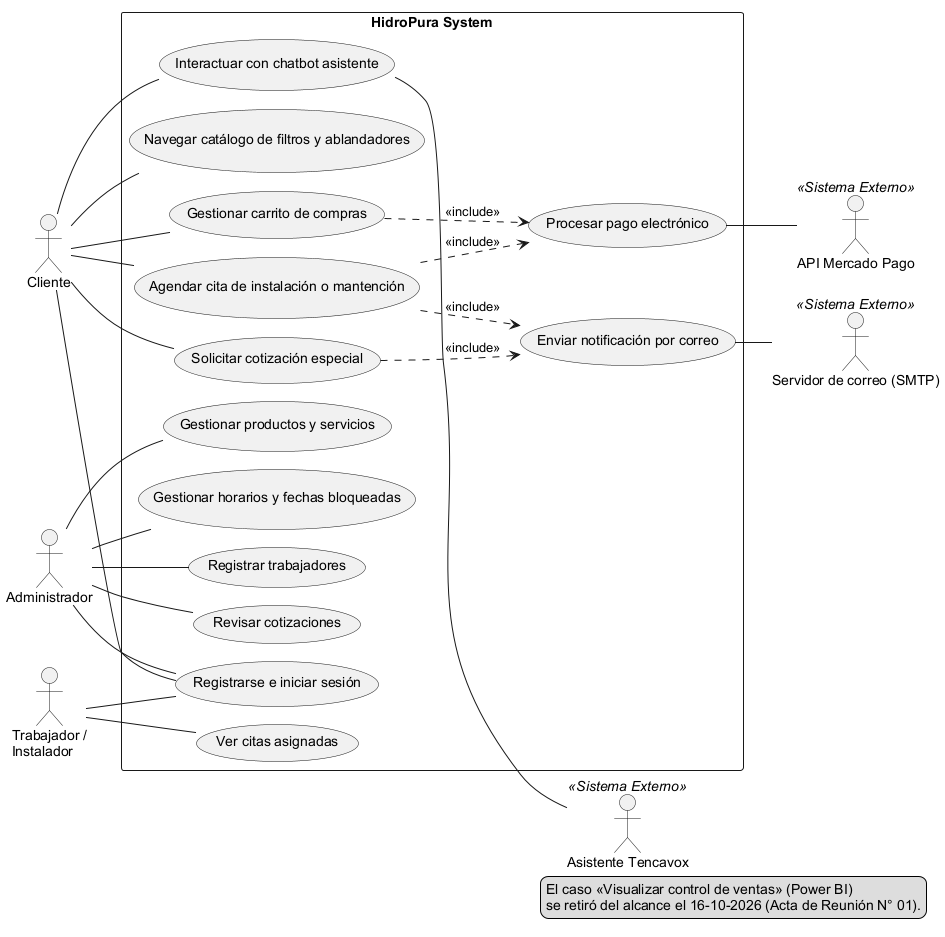
Earlier version of the PlantUML export Fase 2/Evidencias Proyecto/Evidencias de documentación/Diseño/Casos de uso.png (V-J-C-V/Capstone_P_A_C_2026_003_D). Source of this version:
```plantuml
@startuml
!pragma layout smetana
left to right direction
skinparam shadowing false
skinparam defaultFontName Arial

actor Cliente
actor Administrador
actor "Trabajador /\nInstalador" as Trabajador

rectangle "HidroPura System" {
  usecase "Registrarse e iniciar sesión" as UC0
  usecase "Navegar catálogo de filtros y ablandadores" as UC1
  usecase "Gestionar carrito de compras" as UC2
  usecase "Agendar cita de instalación o mantención" as UC3
  usecase "Procesar pago electrónico" as UC4
  usecase "Solicitar cotización especial" as UC5
  usecase "Interactuar con chatbot asistente" as UC6
  usecase "Enviar notificación por correo" as UC7
  usecase "Gestionar productos y servicios" as UC8
  usecase "Gestionar horarios y fechas bloqueadas" as UC9
  usecase "Registrar trabajadores" as UC10
  usecase "Revisar cotizaciones" as UC11
  usecase "Ver citas asignadas" as UC12
}

actor "API Mercado Pago" as MP <<Sistema Externo>>
actor "Servidor de correo (SMTP)" as SMTP <<Sistema Externo>>
actor "Asistente Tencavox" as Bot <<Sistema Externo>>

Cliente -- UC0
Cliente -- UC1
Cliente -- UC2
Cliente -- UC3
Cliente -- UC5
Cliente -- UC6

Administrador -- UC0
Administrador -- UC8
Administrador -- UC9
Administrador -- UC10
Administrador -- UC11

Trabajador -- UC0
Trabajador -- UC12

UC2 ..> UC4 : <<include>>
UC3 ..> UC4 : <<include>>
UC3 ..> UC7 : <<include>>
UC5 ..> UC7 : <<include>>

UC4 -- MP
UC7 -- SMTP
UC6 -- Bot

legend bottom right
  El caso «Visualizar control de ventas» (Power BI)
  se retiró del alcance el 16-10-2026 (Acta de Reunión N° 01).
endlegend
@enduml
```
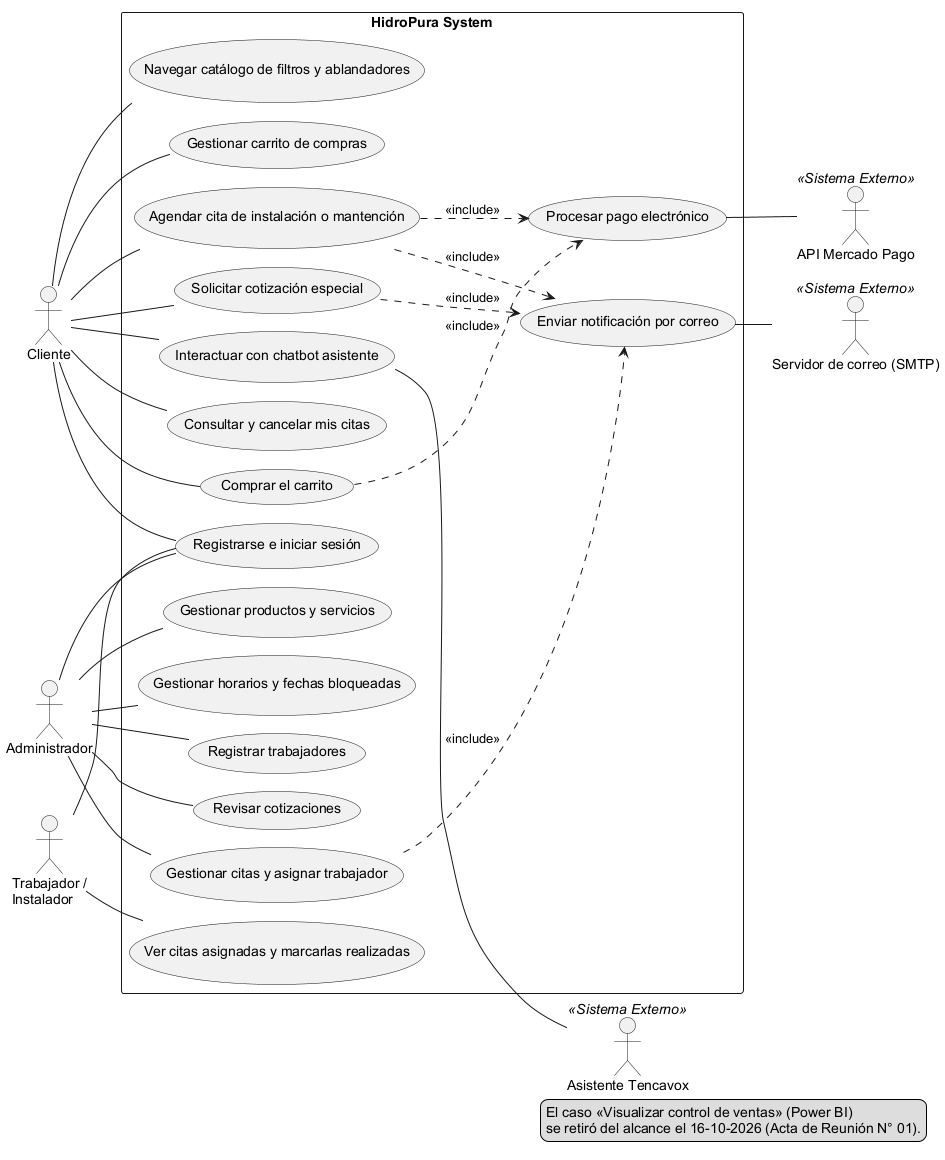
After the change.

The edit, as a diff of the source:
```diff
@@ -21,7 +21,10 @@
   usecase "Gestionar horarios y fechas bloqueadas" as UC9
   usecase "Registrar trabajadores" as UC10
   usecase "Revisar cotizaciones" as UC11
-  usecase "Ver citas asignadas" as UC12
+  usecase "Ver citas asignadas y marcarlas realizadas" as UC12
+  usecase "Consultar y cancelar mis citas" as UC13
+  usecase "Comprar el carrito" as UC14
+  usecase "Gestionar citas y asignar trabajador" as UC15
 }
 
 actor "API Mercado Pago" as MP <<Sistema Externo>>
@@ -34,20 +37,24 @@
 Cliente -- UC3
 Cliente -- UC5
 Cliente -- UC6
+Cliente -- UC13
+Cliente -- UC14
 
 Administrador -- UC0
 Administrador -- UC8
 Administrador -- UC9
 Administrador -- UC10
 Administrador -- UC11
+Administrador -- UC15
 
 Trabajador -- UC0
 Trabajador -- UC12
 
-UC2 ..> UC4 : <<include>>
 UC3 ..> UC4 : <<include>>
 UC3 ..> UC7 : <<include>>
 UC5 ..> UC7 : <<include>>
+UC14 ..> UC4 : <<include>>
+UC15 ..> UC7 : <<include>>
 
 UC4 -- MP
 UC7 -- SMTP
```
